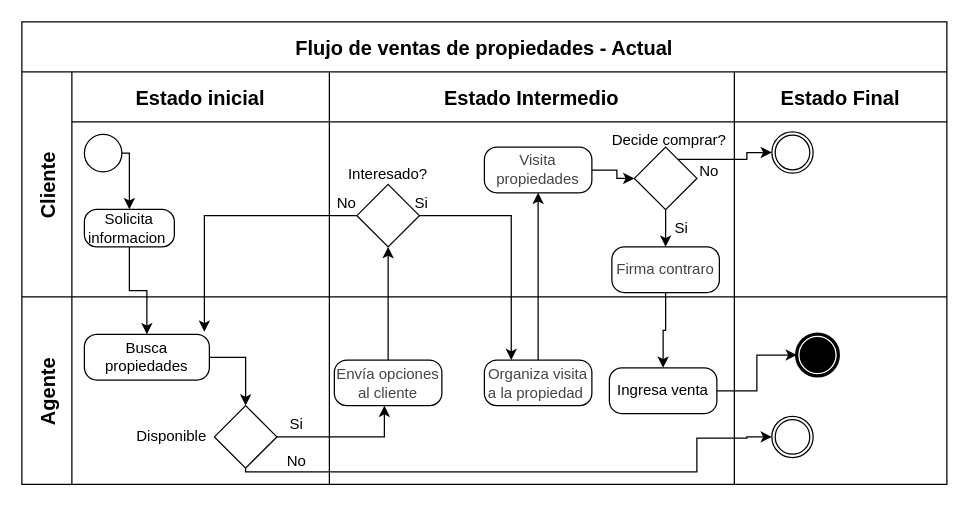
Above: page "Ventas - Actual" (1 of 6) of 1. Planear/Urbanos.drawio in SamuelMarinTobon/Urbani (draw.io), before the change. Source tidied: cells renumbered, new cells numbered last; positions are measured from the earlier drawing's top-left corner, leaving out a move shared by most shapes. Both pictures are drawn from the tidied source at 125%, with x=0, y=0 at pixel (21, 21).
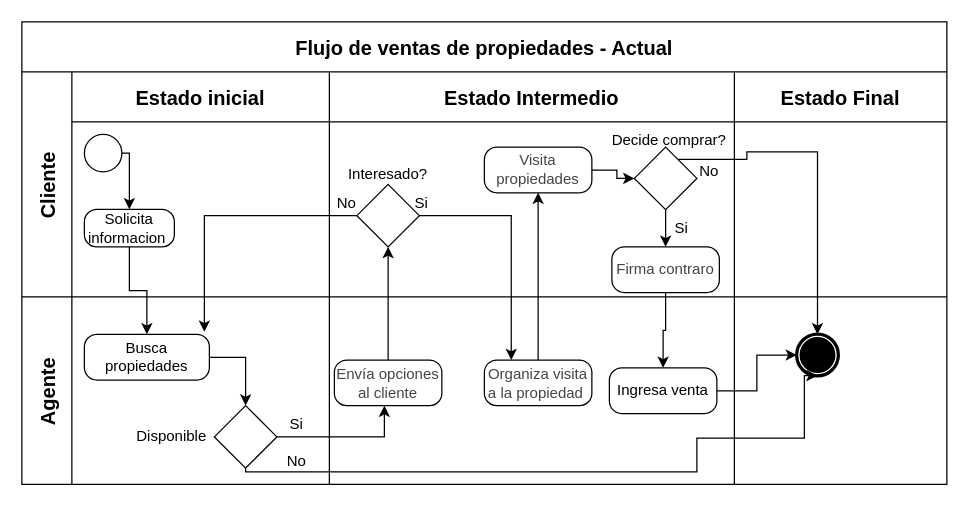
The same page after the edit.

Unchanged cells that the change refers to:
```xml
<mxCell id="2" value="Flujo de ventas de propiedades - Actual" style="shape=table;childLayout=tableLayout;startSize=40;fontSize=16;fontStyle=1;" parent="1" vertex="1">
  <mxGeometry width="740" height="370" as="geometry" />
</mxCell>
<mxCell id="3" value="Cliente" style="shape=tableRow;horizontal=0;swimlaneHead=0;swimlaneBody=0;top=0;left=0;strokeColor=inherit;bottom=0;right=0;fontStyle=1;fillColor=none;startSize=40;fontSize=16;" parent="2" vertex="1">
  <mxGeometry y="40" width="740" height="180" as="geometry" />
</mxCell>
<mxCell id="14" style="points=[[0.25,0.25,0],[0.5,0,0],[0.75,0.25,0],[1,0.5,0],[0.75,0.75,0],[0.5,1,0],[0.25,0.75,0],[0,0.5,0]];shape=mxgraph.bpmn.gateway2;html=1;verticalLabelPosition=bottom;labelBackgroundColor=#ffffff;verticalAlign=top;align=center;perimeter=rhombusPerimeter;outlineConnect=0;outline=none;symbol=none;" parent="8" vertex="1">
  <mxGeometry x="244" y="60.2" width="50" height="50" as="geometry" />
</mxCell>
<mxCell id="21" value="Estado Final" style="swimlane;swimlaneHead=0;swimlaneBody=0;fontStyle=1;strokeColor=inherit;fillColor=none;startSize=40;fontSize=16;" parent="3" vertex="1">
  <mxGeometry x="570" width="170" height="180" as="geometry" />
</mxCell>
<mxCell id="24" value="Agente" style="shape=tableRow;horizontal=0;swimlaneHead=0;swimlaneBody=0;top=0;left=0;strokeColor=inherit;bottom=0;right=0;fontStyle=1;fillColor=none;startSize=40;fontSize=16;" parent="2" vertex="1">
  <mxGeometry y="220" width="740" height="150" as="geometry" />
</mxCell>
<mxCell id="28" style="points=[[0.25,0.25,0],[0.5,0,0],[0.75,0.25,0],[1,0.5,0],[0.75,0.75,0],[0.5,1,0],[0.25,0.75,0],[0,0.5,0]];shape=mxgraph.bpmn.gateway2;html=1;verticalLabelPosition=bottom;labelBackgroundColor=#ffffff;verticalAlign=top;align=center;perimeter=rhombusPerimeter;outlineConnect=0;outline=none;symbol=none;" parent="25" vertex="1">
  <mxGeometry x="114" y="87" width="50" height="50" as="geometry" />
</mxCell>
<mxCell id="36" style="swimlane;swimlaneHead=0;swimlaneBody=0;fontStyle=1;strokeColor=inherit;fillColor=none;startSize=0;fontSize=16;" parent="24" vertex="1">
  <mxGeometry x="570" width="170" height="150" as="geometry" />
</mxCell>
<mxCell id="38" style="points=[[0.145,0.145,0],[0.5,0,0],[0.855,0.145,0],[1,0.5,0],[0.855,0.855,0],[0.5,1,0],[0.145,0.855,0],[0,0.5,0]];shape=mxgraph.bpmn.event;html=1;verticalLabelPosition=bottom;labelBackgroundColor=#ffffff;verticalAlign=top;align=center;perimeter=ellipsePerimeter;outlineConnect=0;outline=end;symbol=terminate;" parent="36" vertex="1">
  <mxGeometry x="50" y="30" width="33" height="33" as="geometry" />
</mxCell>
```

The edit, as a diff of the source:
```diff
@@
-    <mxCell id="22" style="points=[[0.145,0.145,0],[0.5,0,0],[0.855,0.145,0],[1,0.5,0],[0.855,0.855,0],[0.5,1,0],[0.145,0.855,0],[0,0.5,0]];shape=mxgraph.bpmn.event;html=1;verticalLabelPosition=bottom;labelBackgroundColor=#ffffff;verticalAlign=top;align=center;perimeter=ellipsePerimeter;outlineConnect=0;outline=throwing;symbol=general;" parent="21" vertex="1">
-      <mxGeometry x="30" y="48" width="33" height="33" as="geometry" />
-    </mxCell>
-    <mxCell id="23" style="edgeStyle=orthogonalEdgeStyle;rounded=0;jettySize=auto;html=1;entryX=0;entryY=0.5;entryDx=0;entryDy=0;entryPerimeter=0;" parent="3" edge="1" source="14" target="22">
-      <mxGeometry relative="1" as="geometry">
-        <Array as="points">
-          <mxPoint x="580" y="70" />
-          <mxPoint x="580" y="64" />
-        </Array>
-      </mxGeometry>
-    </mxCell>
@@
-    <mxCell id="37" style="points=[[0.145,0.145,0],[0.5,0,0],[0.855,0.145,0],[1,0.5,0],[0.855,0.855,0],[0.5,1,0],[0.145,0.855,0],[0,0.5,0]];shape=mxgraph.bpmn.event;html=1;verticalLabelPosition=bottom;labelBackgroundColor=#ffffff;verticalAlign=top;align=center;perimeter=ellipsePerimeter;outlineConnect=0;outline=throwing;symbol=general;" parent="36" vertex="1">
-      <mxGeometry x="30" y="95.5" width="33" height="33" as="geometry" />
-    </mxCell>
@@
-    <mxCell id="39" style="edgeStyle=orthogonalEdgeStyle;rounded=0;jettySize=auto;html=1;entryX=0;entryY=0.5;entryDx=0;entryDy=0;entryPerimeter=0;" parent="24" edge="1" source="28" target="37">
+    <mxCell id="39" style="edgeStyle=orthogonalEdgeStyle;rounded=0;jettySize=auto;html=1;entryX=0.5;entryY=1;entryDx=0;entryDy=0;entryPerimeter=0;" parent="24" edge="1" source="28" target="38">
       <mxGeometry relative="1" as="geometry">
         <Array as="points">
           <mxPoint x="179" y="140" />
           <mxPoint x="540" y="140" />
           <mxPoint x="540" y="113" />
-          <mxPoint x="580" y="113" />
+          <mxPoint x="626" y="113" />
+          <mxPoint x="626" y="63" />
         </Array>
       </mxGeometry>
     </mxCell>
@@
+    <mxCell id="23" style="edgeStyle=orthogonalEdgeStyle;rounded=0;jettySize=auto;html=1;entryX=0.5;entryY=0;entryDx=0;entryDy=0;entryPerimeter=0;" parent="2" edge="1" source="14" target="38">
+      <mxGeometry relative="1" as="geometry">
+        <Array as="points">
+          <mxPoint x="580" y="110" />
+          <mxPoint x="580" y="104" />
+          <mxPoint x="637" y="104" />
+        </Array>
+      </mxGeometry>
+    </mxCell>
```
